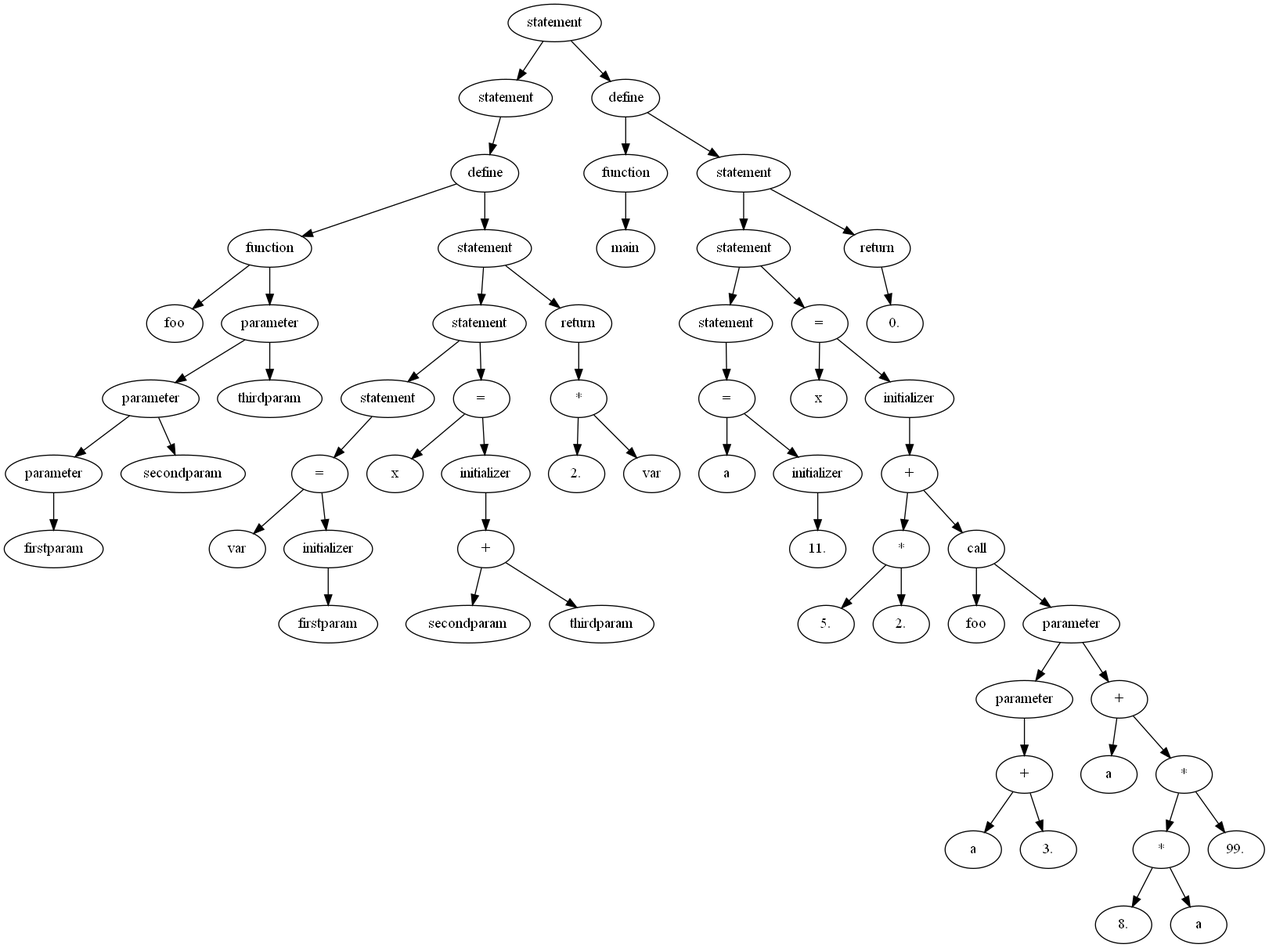
Before: russkie_alga!/parse.png, a diagram exported from Graphviz (matmuher/flip-flop). Its source is kept beside it as russkie_alga!/parse.dot.
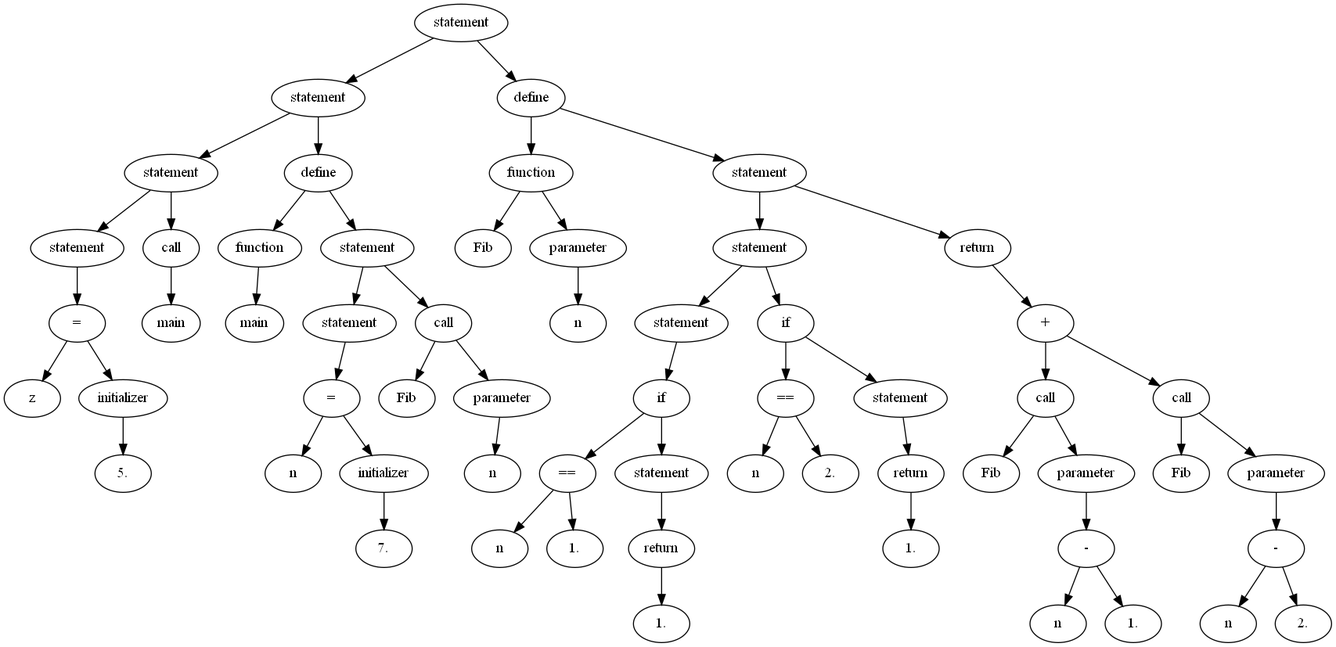
After the commit.

Change to the diagram source:
```diff
@@ -1,123 +1,119 @@
 digraph G {
-A00147250 [label = "statement"];
-A00147250 -> A001404B0;
-A00147250 -> A001476B8;
-A001404B0 [label = "statement"];
-A001404B0 -> A00147478;
-A00147478 [label = "define"];
-A00147478 -> A00147460;
-A00147478 -> A00147598;
-A00147460 [label = "function"];
-A00147460 -> A001404E0;
-A00147460 -> A00146E80;
-A001404E0 [label = "foo"];
-A00146E80 [label = "parameter"];
-A00146E80 -> A00140568;
-A00146E80 -> A00146E08;
-A00140568 [label = "parameter"];
-A00140568 -> A00140508;
-A00140568 -> A00140598;
-A00140508 [label = "parameter"];
-A00140508 -> A00140538;
-A00140538 [label = "firstparam"];
-A00140598 [label = "secondparam"];
-A00146E08 [label = "thirdparam"];
-A00147598 [label = "statement"];
-A00147598 -> A00146EC8;
-A00147598 -> A00147430;
-A00146EC8 [label = "statement"];
-A00146EC8 -> A00146EF8;
-A00146EC8 -> A00147508;
-A00146EF8 [label = "statement"];
-A00146EF8 -> A00146E50;
-A00146E50 [label = "="];
-A00146E50 -> A00146E38;
-A00146E50 -> A00146EB0;
-A00146E38 [label = "var"];
-A00146EB0 [label = "initializer"];
-A00146EB0 -> A00146E98;
-A00146E98 [label = "firstparam"];
-A00147508 [label = "="];
-A00147508 -> A00146F10;
-A00147508 -> A00147580;
-A00146F10 [label = "x"];
-A00147580 [label = "initializer"];
-A00147580 -> A00147520;
-A00147520 [label = "+"];
-A00147520 -> A00146F28;
-A00147520 -> A00146DC0;
-A00146F28 [label = "secondparam"];
-A00146DC0 [label = "thirdparam"];
-A00147430 [label = "return"];
-A00147430 -> A00147568;
-A00147568 [label = "*"];
-A00147568 -> A001474F0;
-A00147568 -> A00147550;
-A001474F0 [label = "2."];
-A00147550 [label = "var"];
-A001476B8 [label = "define"];
-A001476B8 -> A00147640;
-A001476B8 -> A00147748;
-A00147640 [label = "function"];
-A00147640 -> A001473D0;
-A001473D0 [label = "main"];
-A00147748 [label = "statement"];
-A00147748 -> A00147328;
-A00147748 -> A00147718;
-A00147328 [label = "statement"];
-A00147328 -> A00147268;
-A00147328 -> A00147778;
-A00147268 [label = "statement"];
-A00147268 -> A00147298;
-A00147298 [label = "="];
-A00147298 -> A00147340;
-A00147298 -> A001473B8;
-A00147340 [label = "a"];
-A001473B8 [label = "initializer"];
-A001473B8 -> A00147280;
-A00147280 [label = "11."];
-A00147778 [label = "="];
-A00147778 -> A00147400;
-A00147778 -> A001475E0;
-A00147400 [label = "x"];
-A001475E0 [label = "initializer"];
-A001475E0 -> A00147760;
-A00147760 [label = "+"];
-A00147760 -> A001474A8;
-A00147760 -> A00147838;
-A001474A8 [label = "*"];
-A001474A8 -> A001472B0;
-A001474A8 -> A00147448;
-A001472B0 [label = "5."];
-A00147448 [label = "2."];
-A00147838 [label = "call"];
-A00147838 -> A001472E0;
-A00147838 -> A00147238;
-A001472E0 [label = "foo"];
-A00147238 [label = "parameter"];
-A00147238 -> A001474C0;
-A00147238 -> A00147610;
-A001474C0 [label = "parameter"];
-A001474C0 -> A001471F0;
-A001471F0 [label = "+"];
-A001471F0 -> A001472F8;
-A001471F0 -> A001471D8;
-A001472F8 [label = "a"];
-A001471D8 [label = "3."];
-A00147610 [label = "+"];
-A00147610 -> A00147310;
-A00147610 -> A001476D0;
-A00147310 [label = "a"];
-A001476D0 [label = "*"];
-A001476D0 -> A00147388;
-A001476D0 -> A00147820;
-A00147388 [label = "*"];
-A00147388 -> A00147220;
-A00147388 -> A00147370;
-A00147220 [label = "8."];
-A00147370 [label = "a"];
-A00147820 [label = "99."];
-A00147718 [label = "return"];
-A00147718 -> A00147628;
-A00147628 [label = "0."];
+A007E7258 [label = "statement"];
+A007E7258 -> A007E27E8;
+A007E7258 -> A007E7678;
+A007E27E8 [label = "statement"];
+A007E27E8 -> A007E0568;
+A007E27E8 -> A007E70F0;
+A007E0568 [label = "statement"];
+A007E0568 -> A007E04C0;
+A007E0568 -> A007E27D0;
+A007E04C0 [label = "statement"];
+A007E04C0 -> A007E0550;
+A007E0550 [label = "="];
+A007E0550 -> A007E04F0;
+A007E0550 -> A007E0520;
+A007E04F0 [label = "z"];
+A007E0520 [label = "initializer"];
+A007E0520 -> A007E0508;
+A007E0508 [label = "5."];
+A007E27D0 [label = "call"];
+A007E27D0 -> A007E0598;
+A007E0598 [label = "main"];
+A007E70F0 [label = "define"];
+A007E70F0 -> A007E71F8;
+A007E70F0 -> A007E71B0;
+A007E71F8 [label = "function"];
+A007E71F8 -> A007E2818;
+A007E2818 [label = "main"];
+A007E71B0 [label = "statement"];
+A007E71B0 -> A007E2830;
+A007E71B0 -> A007E7228;
+A007E2830 [label = "statement"];
+A007E2830 -> A007E70C0;
+A007E70C0 [label = "="];
+A007E70C0 -> A007E2860;
+A007E70C0 -> A007E71C8;
+A007E2860 [label = "n"];
+A007E71C8 [label = "initializer"];
+A007E71C8 -> A007E7120;
+A007E7120 [label = "7."];
+A007E7228 [label = "call"];
+A007E7228 -> A007E70D8;
+A007E7228 -> A007E7270;
+A007E70D8 [label = "Fib"];
+A007E7270 [label = "parameter"];
+A007E7270 -> A007E71E0;
+A007E71E0 [label = "n"];
+A007E7678 [label = "define"];
+A007E7678 -> A007E7600;
+A007E7678 -> A007E74C8;
+A007E7600 [label = "function"];
+A007E7600 -> A007E7108;
+A007E7600 -> A007E7150;
+A007E7108 [label = "Fib"];
+A007E7150 [label = "parameter"];
+A007E7150 -> A007E7168;
+A007E7168 [label = "n"];
+A007E74C8 [label = "statement"];
+A007E74C8 -> A007E72D0;
+A007E74C8 -> A007E7630;
+A007E72D0 [label = "statement"];
+A007E72D0 -> A007E7570;
+A007E72D0 -> A007E7588;
+A007E7570 [label = "statement"];
+A007E7570 -> A007E7480;
+A007E7480 [label = "if"];
+A007E7480 -> A007E7510;
+A007E7480 -> A007E7558;
+A007E7510 [label = "=="];
+A007E7510 -> A007E74F8;
+A007E7510 -> A007E7540;
+A007E74F8 [label = "n"];
+A007E7540 [label = "1."];
+A007E7558 [label = "statement"];
+A007E7558 -> A007E7408;
+A007E7408 [label = "return"];
+A007E7408 -> A007E7468;
+A007E7468 [label = "1."];
+A007E7588 [label = "if"];
+A007E7588 -> A007E72E8;
+A007E7588 -> A007E74B0;
+A007E72E8 [label = "=="];
+A007E72E8 -> A007E75A0;
+A007E72E8 -> A007E72B8;
+A007E75A0 [label = "n"];
+A007E72B8 [label = "2."];
+A007E74B0 [label = "statement"];
+A007E74B0 -> A007E7360;
+A007E7360 [label = "return"];
+A007E7360 -> A007E7438;
+A007E7438 [label = "1."];
+A007E7630 [label = "return"];
+A007E7630 -> A007E75E8;
+A007E75E8 [label = "+"];
+A007E75E8 -> A007E73A8;
+A007E75E8 -> A007E7660;
+A007E73A8 [label = "call"];
+A007E73A8 -> A007E74E0;
+A007E73A8 -> A007E7300;
+A007E74E0 [label = "Fib"];
+A007E7300 [label = "parameter"];
+A007E7300 -> A007E7390;
+A007E7390 [label = "-"];
+A007E7390 -> A007E7330;
+A007E7390 -> A007E7378;
+A007E7330 [label = "n"];
+A007E7378 [label = "1."];
+A007E7660 [label = "call"];
+A007E7660 -> A007E73C0;
+A007E7660 -> A007E73D8;
+A007E73C0 [label = "Fib"];
+A007E73D8 [label = "parameter"];
+A007E73D8 -> A007E75D0;
+A007E75D0 [label = "-"];
+A007E75D0 -> A007E7618;
+A007E75D0 -> A007E75B8;
+A007E7618 [label = "n"];
+A007E75B8 [label = "2."];
 }
```
